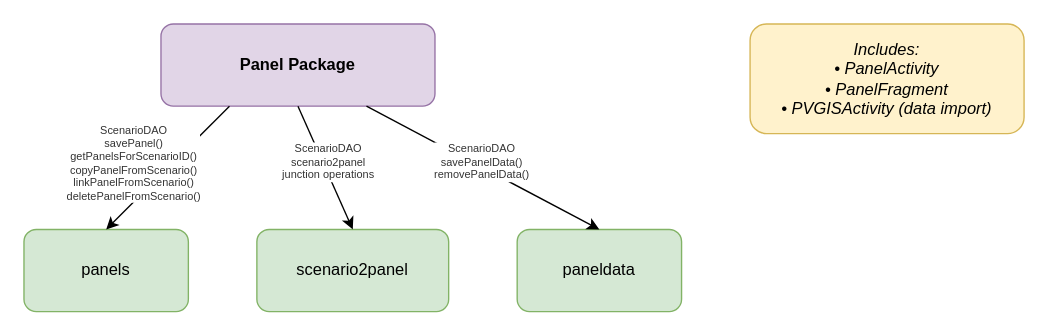
Above: docs/model/panel-package.drawio in Tonyslogic/comparetout (draw.io), before the change. Source tidied: cells renumbered, new cells numbered last; positions are measured from the earlier drawing's top-left corner, leaving out a move shared by most shapes. Both pictures are drawn from the tidied source at 137%, with x=0, y=0 at pixel (23, 23).
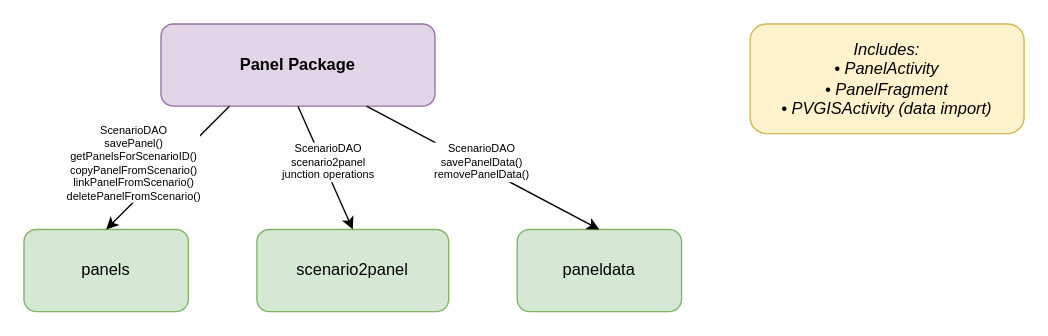
The same diagram, later.

Diff of the diagram source:
```diff
@@
 <mxGraphModel>
   <root>
     <mxCell id="0" />
     <mxCell id="1" parent="0" />
     <mxCell id="2" value="Panel Package" style="rounded=1;whiteSpace=wrap;html=1;fillColor=#E1D5E7;strokeColor=#9673A6;fontColor=#000000;fontStyle=1;" parent="1" vertex="1">
       <mxGeometry x="100" width="200" height="60" as="geometry" />
     </mxCell>
     <mxCell id="3" value="panels" style="rounded=1;whiteSpace=wrap;html=1;fillColor=#D5E8D4;strokeColor=#82B366;fontColor=#000000;" parent="1" vertex="1">
       <mxGeometry y="150" width="120" height="60" as="geometry" />
     </mxCell>
     <mxCell id="4" value="scenario2panel" style="rounded=1;whiteSpace=wrap;html=1;fillColor=#D5E8D4;strokeColor=#82B366;fontColor=#000000;" parent="1" vertex="1">
       <mxGeometry x="170" y="150" width="140" height="60" as="geometry" />
     </mxCell>
     <mxCell id="5" value="paneldata" style="rounded=1;whiteSpace=wrap;html=1;fillColor=#D5E8D4;strokeColor=#82B366;fontColor=#000000;" parent="1" vertex="1">
       <mxGeometry x="360" y="150" width="120" height="60" as="geometry" />
     </mxCell>
     <mxCell id="6" style="endArrow=classic;html=1;rounded=1;exitX=0.25;exitY=1;exitDx=0;exitDy=0;entryX=0.5;entryY=0;entryDx=0;entryDy=0;" parent="1" edge="1" source="2" target="3">
       <mxGeometry relative="1" as="geometry" />
     </mxCell>
-    <mxCell id="7" value="ScenarioDAO&#10;savePanel()&#10;getPanelsForScenarioID()&#10;copyPanelFromScenario()&#10;linkPanelFromScenario()&#10;deletePanelFromScenario()" style="edgeLabel;html=1;align=center;verticalAlign=middle;fontSize=8;fontColor=#333333;" parent="6" vertex="1">
+    <mxCell id="7" value="ScenarioDAO&#10;savePanel()&#10;getPanelsForScenarioID()&#10;copyPanelFromScenario()&#10;linkPanelFromScenario()&#10;deletePanelFromScenario()" style="edgeLabel;html=1;align=center;verticalAlign=middle;fontSize=8;fontColor=#000000;labelBackgroundColor=#FFFFFF;" parent="6" vertex="1">
       <mxGeometry x="-0.2" y="1" relative="1" as="geometry">
         <mxPoint x="-35" y="5" as="offset" />
       </mxGeometry>
     </mxCell>
     <mxCell id="8" style="endArrow=classic;html=1;rounded=1;exitX=0.5;exitY=1;exitDx=0;exitDy=0;entryX=0.5;entryY=0;entryDx=0;entryDy=0;" parent="1" edge="1" source="2" target="4">
       <mxGeometry relative="1" as="geometry" />
     </mxCell>
-    <mxCell id="9" value="ScenarioDAO&#10;scenario2panel&#10;junction operations" style="edgeLabel;html=1;align=center;verticalAlign=middle;fontSize=8;fontColor=#333333;" parent="8" vertex="1">
+    <mxCell id="9" value="ScenarioDAO&#10;scenario2panel&#10;junction operations" style="edgeLabel;html=1;align=center;verticalAlign=middle;fontSize=8;fontColor=#000000;labelBackgroundColor=#FFFFFF;" parent="8" vertex="1">
       <mxGeometry x="-0.2" y="1" relative="1" as="geometry">
         <mxPoint x="5" y="5" as="offset" />
       </mxGeometry>
     </mxCell>
     <mxCell id="10" style="endArrow=classic;html=1;rounded=1;exitX=0.75;exitY=1;exitDx=0;exitDy=0;entryX=0.5;entryY=0;entryDx=0;entryDy=0;" parent="1" edge="1" source="2" target="5">
       <mxGeometry relative="1" as="geometry" />
     </mxCell>
-    <mxCell id="11" value="ScenarioDAO&#10;savePanelData()&#10;removePanelData()" style="edgeLabel;html=1;align=center;verticalAlign=middle;fontSize=8;fontColor=#333333;" parent="10" vertex="1">
+    <mxCell id="11" value="ScenarioDAO&#10;savePanelData()&#10;removePanelData()" style="edgeLabel;html=1;align=center;verticalAlign=middle;fontSize=8;fontColor=#000000;labelBackgroundColor=#FFFFFF;" parent="10" vertex="1">
       <mxGeometry x="-0.2" y="1" relative="1" as="geometry">
         <mxPoint x="15" y="5" as="offset" />
       </mxGeometry>
     </mxCell>
     <mxCell id="12" value="Includes:&#10;• PanelActivity&#10;• PanelFragment&#10;• PVGISActivity (data import)" style="rounded=1;whiteSpace=wrap;html=1;fillColor=#FFF2CC;strokeColor=#D6B656;fontColor=#000000;fontStyle=2;" parent="1" vertex="1">
       <mxGeometry x="530" width="200" height="80" as="geometry" />
     </mxCell>
   </root>
 </mxGraphModel>
```
